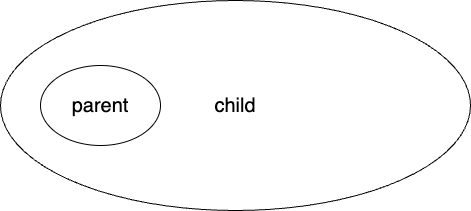
edward071123/Java2410 keeps this draw.io diagram as src/lesson3/Inheritance.drawio.png. Above is the earlier version. Source tidied: cells renumbered, new cells last; positions are measured from the earlier drawing's top-left corner, leaving out a move shared by most shapes.
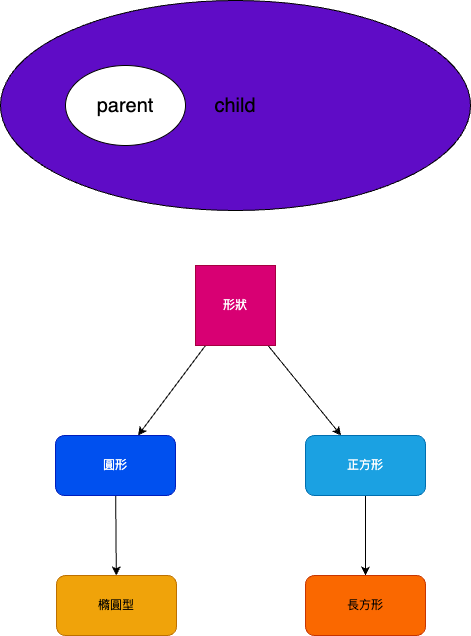
The same file after the commit.

Commit message:
update: 繼承圖片 & demo修改

Change to the diagram source:
```diff
@@ -2,11 +2,38 @@
   <root>
     <mxCell id="0" />
     <mxCell id="1" parent="0" />
+    <mxCell id="3" value="&lt;font style=&quot;font-size: 20px;&quot;&gt;child&lt;/font&gt;" style="ellipse;whiteSpace=wrap;html=1;fillColor=#5f0cc6;gradientColor=none;fillStyle=auto;shadow=0;" parent="1" vertex="1">
+      <mxGeometry x="-25" width="470" height="210" as="geometry" />
+    </mxCell>
     <mxCell id="2" value="&lt;font style=&quot;font-size: 20px;&quot;&gt;parent&lt;/font&gt;" style="ellipse;whiteSpace=wrap;html=1;" parent="1" vertex="1">
       <mxGeometry x="40" y="65" width="120" height="80" as="geometry" />
     </mxCell>
-    <mxCell id="3" value="&lt;font style=&quot;font-size: 20px;&quot;&gt;child&lt;/font&gt;" style="ellipse;whiteSpace=wrap;html=1;fillColor=none;gradientColor=none;" parent="1" vertex="1">
-      <mxGeometry width="470" height="210" as="geometry" />
-    </mxCell>
+    <mxCell id="4" style="edgeStyle=none;html=1;" parent="1" edge="1" source="6" target="8">
+      <mxGeometry relative="1" as="geometry" />
+    </mxCell>
+    <mxCell id="5" style="edgeStyle=none;html=1;" parent="1" edge="1" source="6" target="10">
+      <mxGeometry relative="1" as="geometry" />
+    </mxCell>
+    <mxCell id="6" value="形狀" style="whiteSpace=wrap;html=1;shadow=0;fillStyle=auto;fillColor=#d80073;fontColor=#ffffff;strokeColor=#A50040;" parent="1" vertex="1">
+      <mxGeometry x="170" y="265" width="80" height="80" as="geometry" />
+    </mxCell>
+    <mxCell id="7" style="edgeStyle=none;html=1;" parent="1" edge="1" source="8" target="11">
+      <mxGeometry relative="1" as="geometry" />
+    </mxCell>
+    <mxCell id="8" value="圓形" style="rounded=1;whiteSpace=wrap;html=1;fillColor=#0050ef;shadow=0;fillStyle=auto;fontColor=#ffffff;strokeColor=#001DBC;" parent="1" vertex="1">
+      <mxGeometry x="30" y="435" width="120" height="60" as="geometry" />
+    </mxCell>
+    <mxCell id="9" style="edgeStyle=none;html=1;" parent="1" edge="1" source="10" target="12">
+      <mxGeometry relative="1" as="geometry" />
+    </mxCell>
+    <mxCell id="10" value="正方形" style="rounded=1;whiteSpace=wrap;html=1;fillColor=#1ba1e2;shadow=0;fillStyle=auto;fontColor=#ffffff;strokeColor=#006EAF;" parent="1" vertex="1">
+      <mxGeometry x="280" y="435" width="120" height="60" as="geometry" />
+    </mxCell>
+    <mxCell id="11" value="橢圓型" style="rounded=1;whiteSpace=wrap;html=1;fillColor=#f0a30a;strokeColor=#BD7000;fontColor=#000000;shadow=0;fillStyle=auto;" parent="1" vertex="1">
+      <mxGeometry x="31" y="575" width="120" height="60" as="geometry" />
+    </mxCell>
+    <mxCell id="12" value="長方形" style="rounded=1;whiteSpace=wrap;html=1;fillColor=#fa6800;strokeColor=#C73500;fontColor=#000000;shadow=0;fillStyle=auto;" parent="1" vertex="1">
+      <mxGeometry x="280" y="575" width="120" height="60" as="geometry" />
+    </mxCell>
   </root>
 </mxGraphModel>
```
